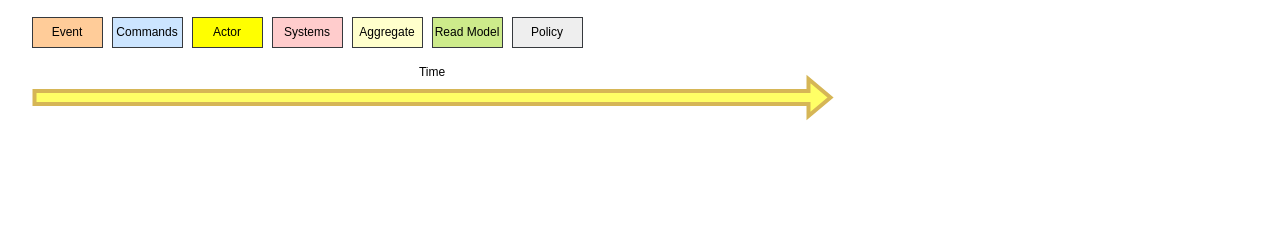
Earlier version of the draw.io diagram page "Map Events" (2 of 7) of event-storming.drawio (alvarolorentedev/diagrams). Source tidied: cells renumbered, new cells numbered last; positions are measured from the earlier drawing's top-left corner, leaving out a move shared by most shapes. Both pictures are drawn from the tidied source at 100%, with x=0, y=0 at pixel (32, 17).
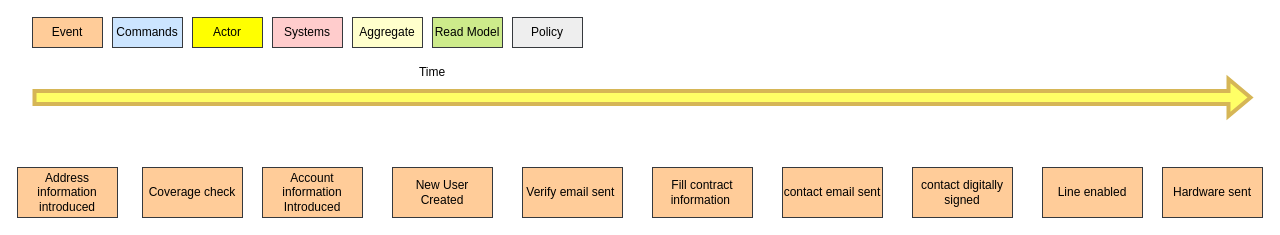
Above is the later version.

Diff of the diagram source:
```diff
@@
-    <mxCell id="2" style="shape=flexArrow;endArrow=classic;html=1;rounded=0;strokeWidth=4;fillColor=#FFFF66;strokeColor=#d6b656;" parent="1" edge="1">
-      <mxGeometry relative="1" as="geometry">
-        <mxPoint y="80" as="sourcePoint" />
-        <mxPoint x="800" y="80" as="targetPoint" />
-      </mxGeometry>
-    </mxCell>
@@
+    <mxCell id="11" style="shape=flexArrow;endArrow=classic;html=1;rounded=0;strokeWidth=4;fillColor=#FFFF66;strokeColor=#d6b656;" parent="1" edge="1">
+      <mxGeometry relative="1" as="geometry">
+        <mxPoint y="80" as="sourcePoint" />
+        <mxPoint x="1220" y="80" as="targetPoint" />
+      </mxGeometry>
+    </mxCell>
+    <mxCell id="12" value="Account information Introduced" style="rounded=0;whiteSpace=wrap;html=1;fillColor=#ffcc99;strokeColor=#36393d;" parent="1" vertex="1">
+      <mxGeometry x="230" y="150" width="100" height="50" as="geometry" />
+    </mxCell>
+    <mxCell id="13" value="Verify email sent&amp;nbsp;" style="rounded=0;whiteSpace=wrap;html=1;fillColor=#ffcc99;strokeColor=#36393d;" parent="1" vertex="1">
+      <mxGeometry x="490" y="150" width="100" height="50" as="geometry" />
+    </mxCell>
+    <mxCell id="14" value="New User Created" style="rounded=0;whiteSpace=wrap;html=1;fillColor=#ffcc99;strokeColor=#36393d;" parent="1" vertex="1">
+      <mxGeometry x="360" y="150" width="100" height="50" as="geometry" />
+    </mxCell>
+    <mxCell id="15" value="Fill contract information&amp;nbsp;" style="rounded=0;whiteSpace=wrap;html=1;fillColor=#ffcc99;strokeColor=#36393d;" parent="1" vertex="1">
+      <mxGeometry x="620" y="150" width="100" height="50" as="geometry" />
+    </mxCell>
+    <mxCell id="16" value="Coverage check" style="rounded=0;whiteSpace=wrap;html=1;fillColor=#ffcc99;strokeColor=#36393d;" parent="1" vertex="1">
+      <mxGeometry x="110" y="150" width="100" height="50" as="geometry" />
+    </mxCell>
+    <mxCell id="17" value="Address information introduced" style="rounded=0;whiteSpace=wrap;html=1;fillColor=#ffcc99;strokeColor=#36393d;" parent="1" vertex="1">
+      <mxGeometry x="-15" y="150" width="100" height="50" as="geometry" />
+    </mxCell>
+    <mxCell id="18" value="contact email sent" style="rounded=0;whiteSpace=wrap;html=1;fillColor=#ffcc99;strokeColor=#36393d;" parent="1" vertex="1">
+      <mxGeometry x="750" y="150" width="100" height="50" as="geometry" />
+    </mxCell>
+    <mxCell id="19" value="contact digitally signed" style="rounded=0;whiteSpace=wrap;html=1;fillColor=#ffcc99;strokeColor=#36393d;" parent="1" vertex="1">
+      <mxGeometry x="880" y="150" width="100" height="50" as="geometry" />
+    </mxCell>
+    <mxCell id="20" value="Line enabled" style="rounded=0;whiteSpace=wrap;html=1;fillColor=#ffcc99;strokeColor=#36393d;" parent="1" vertex="1">
+      <mxGeometry x="1010" y="150" width="100" height="50" as="geometry" />
+    </mxCell>
+    <mxCell id="21" value="Hardware sent" style="rounded=0;whiteSpace=wrap;html=1;fillColor=#ffcc99;strokeColor=#36393d;" parent="1" vertex="1">
+      <mxGeometry x="1130" y="150" width="100" height="50" as="geometry" />
+    </mxCell>
```
